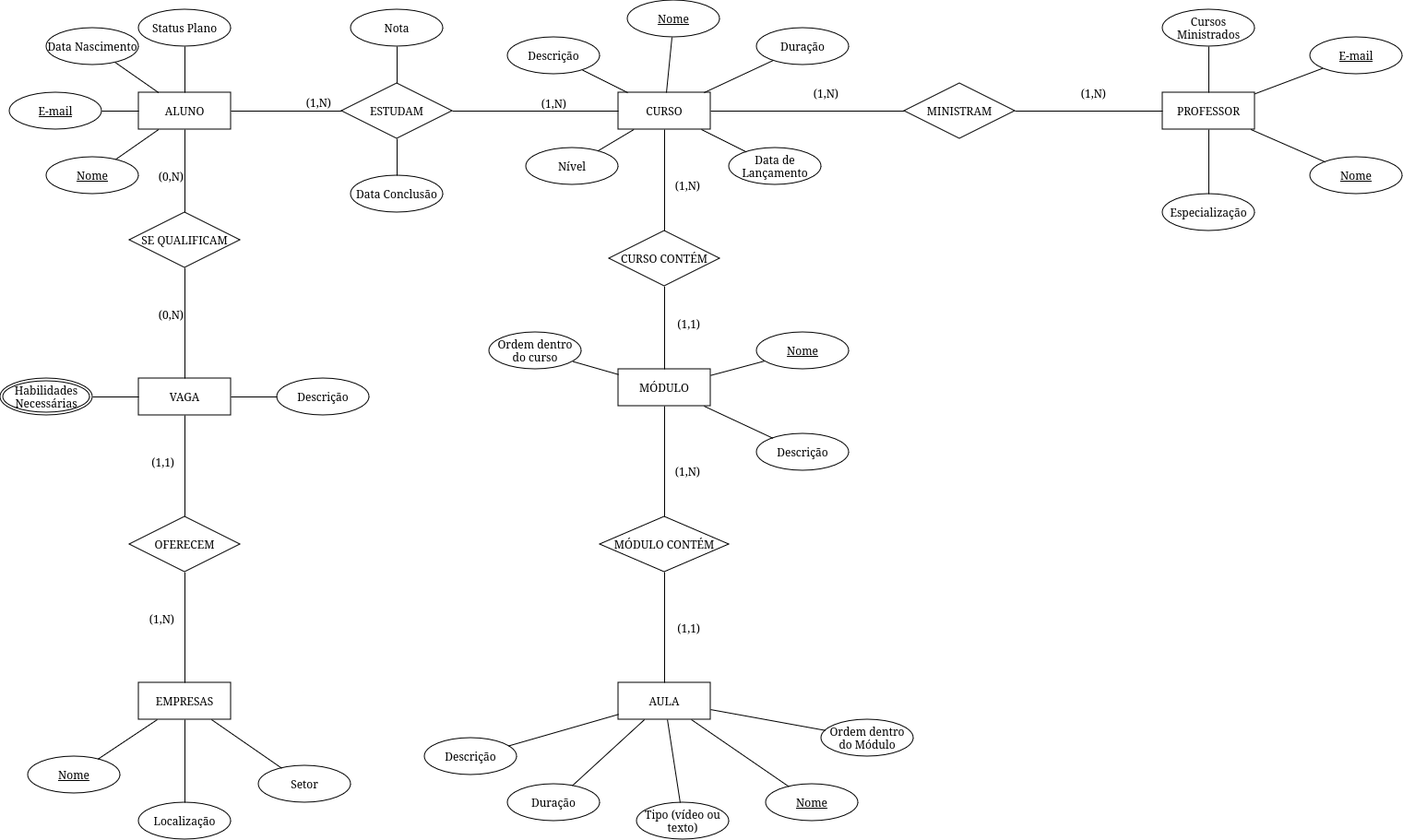
Earlier version of the draw.io export Diagrama/diagramaBD_v5.png (kenjiThiago/ProjetoBD1). Source tidied: cells renumbered, new cells last; positions are measured from the earlier drawing's top-left corner, leaving out a move shared by most shapes.
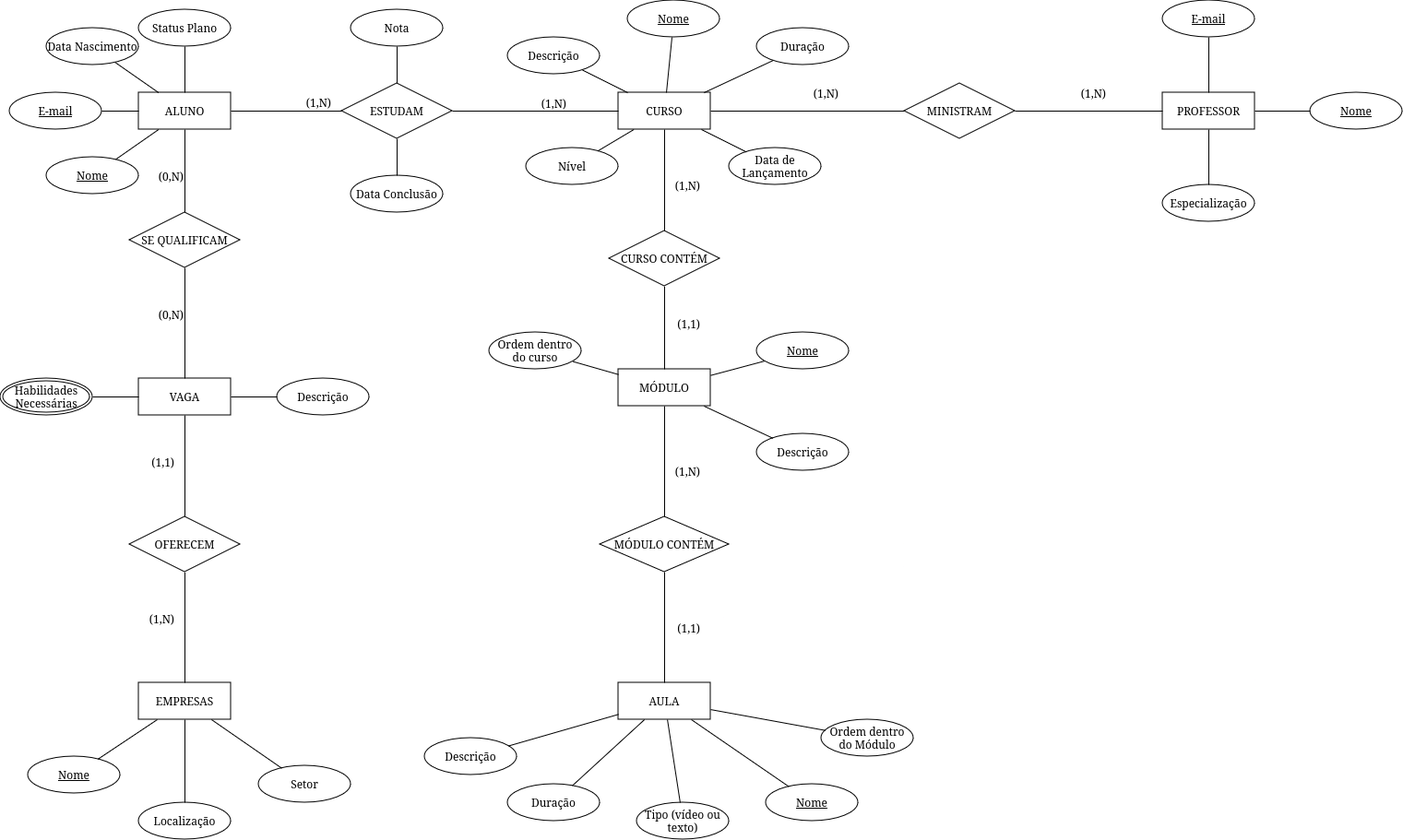
Later version of the same file.

Commit message:
[Diagrama] Arrumado o diagrama e o mapeamento

The edit, as a diff of the source:
```diff
@@ -84,20 +84,14 @@
       </mxGeometry>
     </mxCell>
     <mxCell id="27" value="Nome" style="ellipse;whiteSpace=wrap;html=1;align=center;fontStyle=4;" parent="1" vertex="1">
-      <mxGeometry x="1420" y="170" width="100" height="40" as="geometry" />
+      <mxGeometry x="1420" y="100" width="100" height="40" as="geometry" />
     </mxCell>
-    <mxCell id="28" value="Cursos Ministrados" style="ellipse;whiteSpace=wrap;html=1;align=center;" parent="1" vertex="1">
-      <mxGeometry x="1260" y="10" width="100" height="40" as="geometry" />
-    </mxCell>
     <mxCell id="29" value="Especialização" style="ellipse;whiteSpace=wrap;html=1;align=center;" parent="1" vertex="1">
-      <mxGeometry x="1260" y="210" width="100" height="40" as="geometry" />
+      <mxGeometry x="1260" y="200" width="100" height="40" as="geometry" />
     </mxCell>
     <mxCell id="30" value="&lt;u&gt;E-mail&lt;/u&gt;" style="ellipse;whiteSpace=wrap;html=1;align=center;" parent="1" vertex="1">
-      <mxGeometry x="1420" y="40" width="100" height="40" as="geometry" />
+      <mxGeometry x="1260" width="100" height="40" as="geometry" />
     </mxCell>
-    <mxCell id="31" style="endArrow=none;html=1;rounded=0;" parent="1" edge="1" source="28" target="24">
-      <mxGeometry relative="1" as="geometry" />
-    </mxCell>
     <mxCell id="32" style="endArrow=none;html=1;rounded=0;" parent="1" edge="1" source="30" target="24">
       <mxGeometry relative="1" as="geometry" />
     </mxCell>
```
